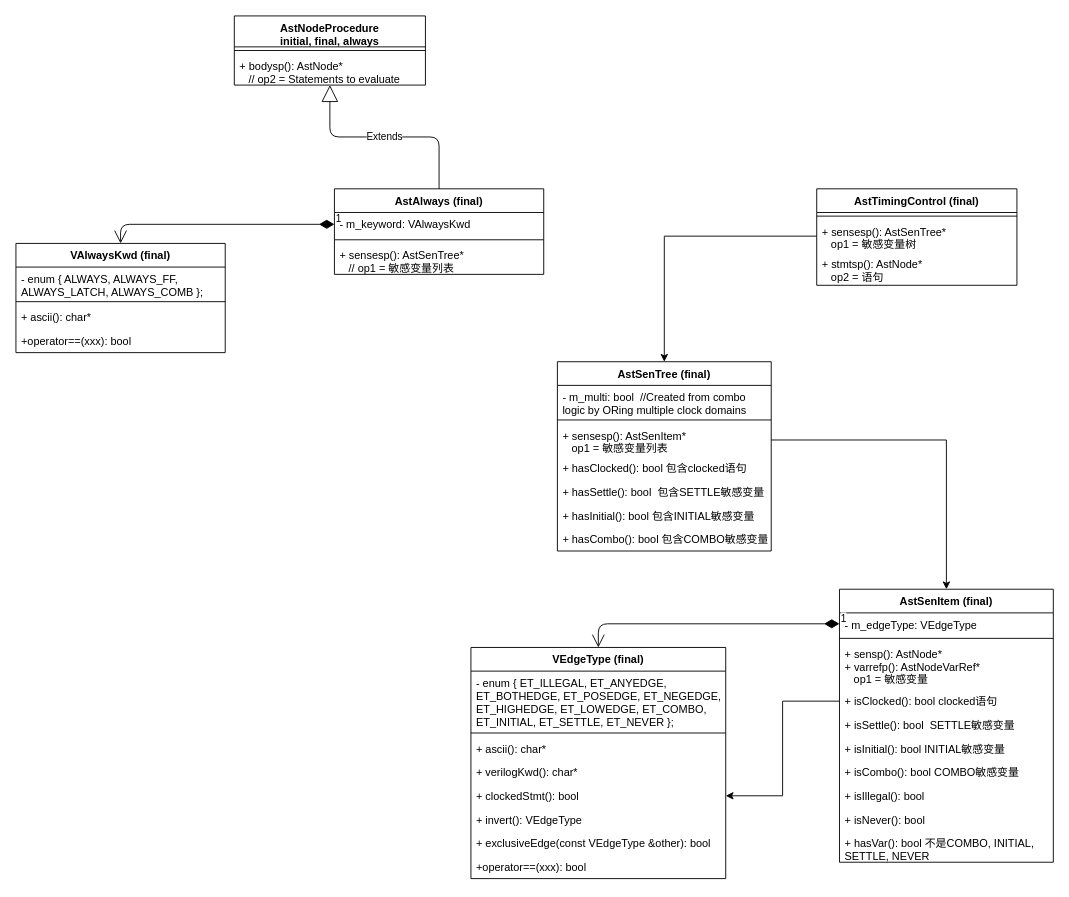
This is verilator_digrams/AstAlways.drawio from Dercury/CLDK, a draw.io file, before an edit. Source tidied: cells renumbered, new cells numbered last; positions are measured from the earlier drawing's top-left corner, leaving out a move shared by most shapes. Both pictures are drawn from the tidied source at 91%, with x=0, y=0 at pixel (15, 15).
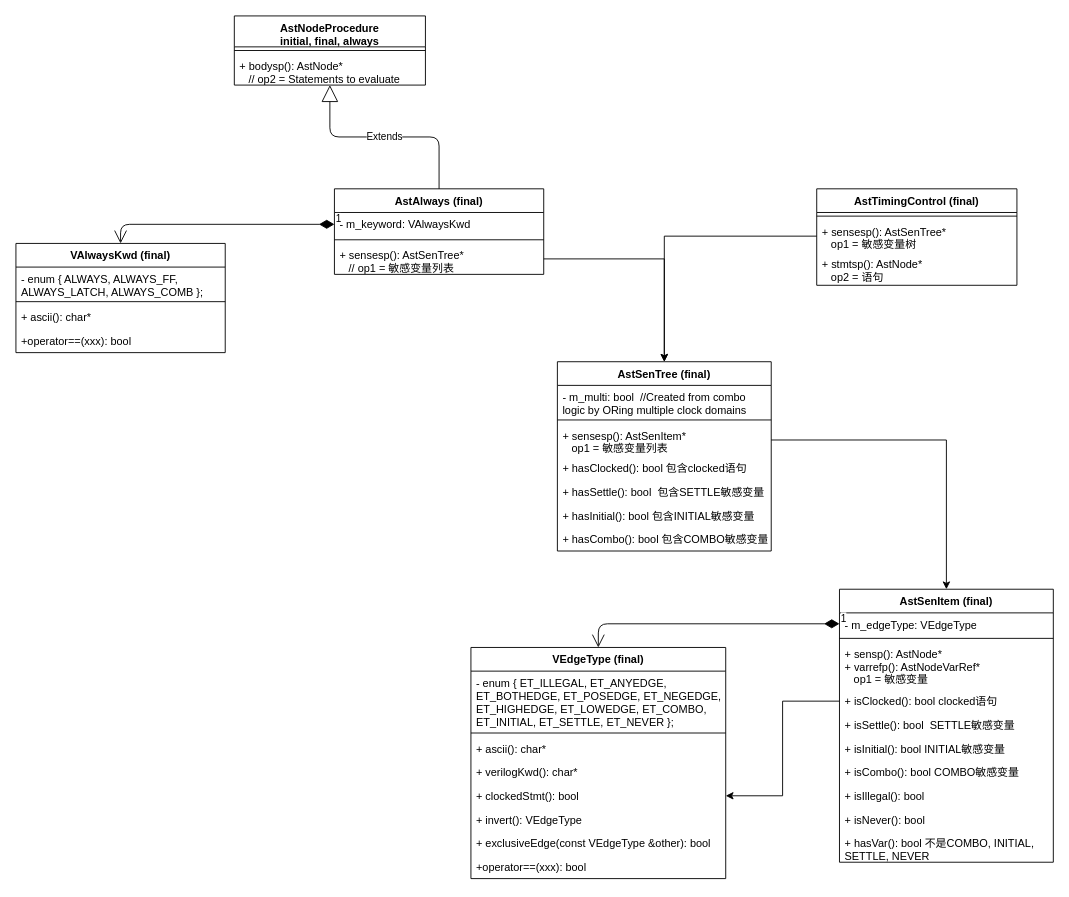
The same diagram, later.

Unchanged cells that the change refers to:
```xml
<mxCell id="5" value="+ sensesp(): AstSenTree*&#10;   // op1 = 敏感变量列表" style="text;strokeColor=none;fillColor=none;align=left;verticalAlign=top;spacingLeft=4;spacingRight=4;overflow=hidden;points=[[0,0.5],[1,0.5]];portConstraint=eastwest;" parent="2" vertex="1">
  <mxGeometry y="60" width="230" height="34" as="geometry" />
</mxCell>
<mxCell id="10" value="AstSenTree (final)" style="swimlane;fontStyle=1;align=center;verticalAlign=top;horizontal=1;startSize=26;" parent="1" vertex="1">
  <mxGeometry x="595" y="380" width="235" height="208" as="geometry" />
</mxCell>
```

Change to the diagram source:
```diff
@@
+    <mxCell id="52" style="edgeStyle=orthogonalEdgeStyle;rounded=0;jettySize=auto;html=1;" parent="1" edge="1" source="5" target="10">
+      <mxGeometry relative="1" as="geometry" />
+    </mxCell>
```
